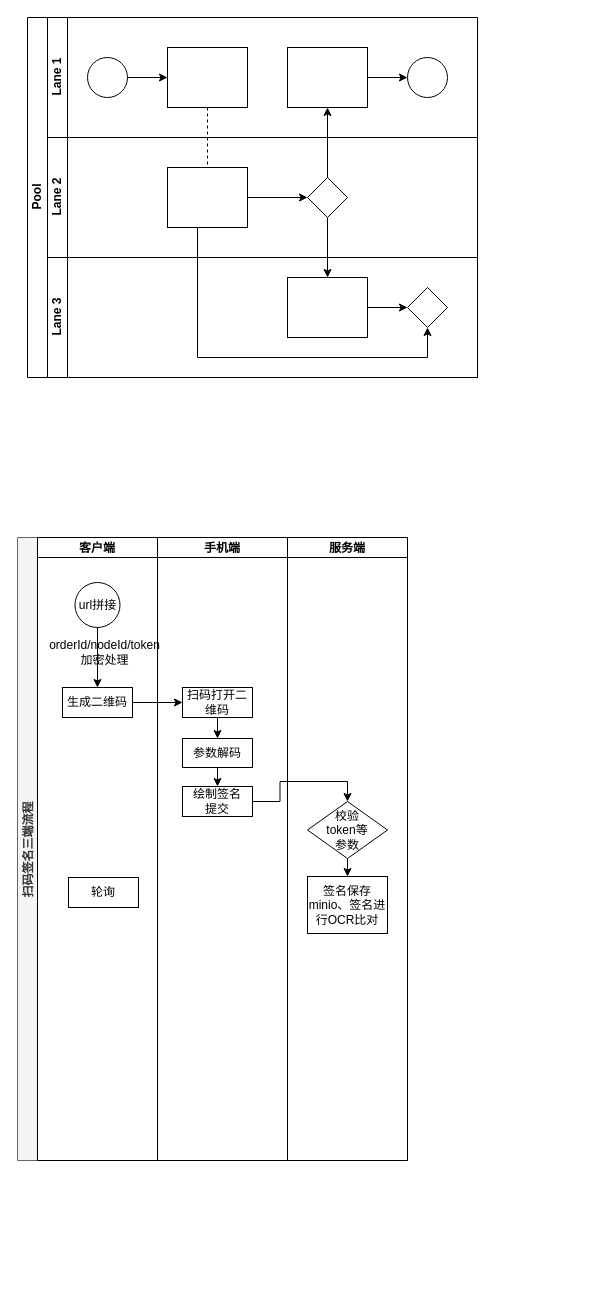
hhxEmily521/pictures keeps this draw.io diagram as imgs/未命名绘图.drawio. Above is the earlier version. Source tidied: cells renumbered, new cells numbered last; positions are measured from the earlier drawing's top-left corner, leaving out a move shared by most shapes. Both pictures are drawn from the tidied source at 100%, with x=0, y=0 at pixel (17, 17).
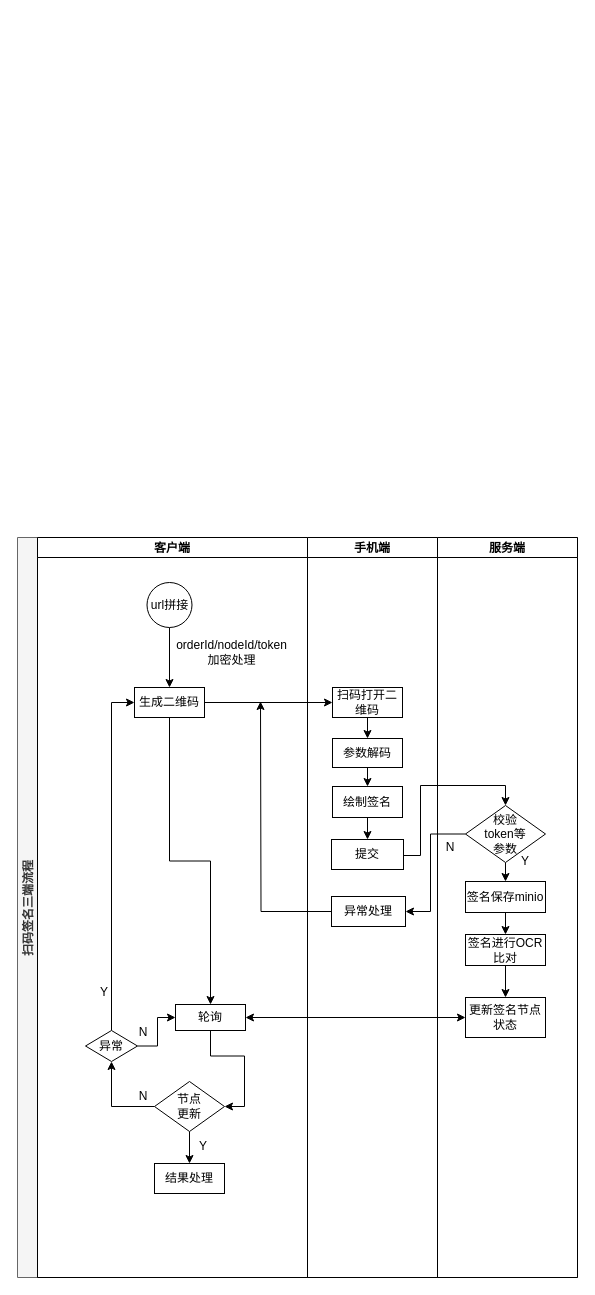
The same diagram, later.

Commit message:
更新未命名绘图.drawio

What changed in the source:
```diff
@@
-    <mxCell id="2" value="Pool" style="swimlane;html=1;horizontal=0;startSize=20;" parent="1" vertex="1">
-      <mxGeometry x="10" width="450" height="360" as="geometry" />
-    </mxCell>
-    <mxCell id="3" style="edgeStyle=orthogonalEdgeStyle;rounded=0;jettySize=auto;html=1;dashed=1;endArrow=none;endFill=0;" parent="2" edge="1" source="10" target="16">
-      <mxGeometry relative="1" as="geometry" />
-    </mxCell>
-    <mxCell id="4" style="edgeStyle=orthogonalEdgeStyle;rounded=0;jettySize=auto;html=1;endArrow=classic;endFill=1;" parent="2" edge="1" source="17" target="12">
-      <mxGeometry relative="1" as="geometry" />
-    </mxCell>
-    <mxCell id="5" style="edgeStyle=orthogonalEdgeStyle;rounded=0;jettySize=auto;html=1;endArrow=classic;endFill=1;" parent="2" edge="1" source="17" target="20">
-      <mxGeometry relative="1" as="geometry" />
-    </mxCell>
-    <mxCell id="6" style="edgeStyle=orthogonalEdgeStyle;rounded=0;jettySize=auto;html=1;endArrow=classic;endFill=1;" parent="2" edge="1" source="16" target="21">
-      <mxGeometry relative="1" as="geometry">
-        <Array as="points">
-          <mxPoint x="170" y="340" />
-          <mxPoint x="400" y="340" />
-        </Array>
-      </mxGeometry>
-    </mxCell>
-    <mxCell id="7" value="Lane 1" style="swimlane;html=1;startSize=20;horizontal=0;" parent="2" vertex="1">
-      <mxGeometry x="20" width="430" height="120" as="geometry" />
-    </mxCell>
-    <mxCell id="8" style="edgeStyle=orthogonalEdgeStyle;rounded=0;jettySize=auto;html=1;" parent="7" edge="1" source="9" target="10">
-      <mxGeometry relative="1" as="geometry" />
-    </mxCell>
-    <mxCell id="9" style="ellipse;whiteSpace=wrap;html=1;" parent="7" vertex="1">
-      <mxGeometry x="40" y="40" width="40" height="40" as="geometry" />
-    </mxCell>
-    <mxCell id="10" style="rounded=0;whiteSpace=wrap;html=1;fontFamily=Helvetica;fontSize=12;fontColor=#000000;align=center;" parent="7" vertex="1">
-      <mxGeometry x="120" y="30" width="80" height="60" as="geometry" />
-    </mxCell>
-    <mxCell id="11" style="edgeStyle=orthogonalEdgeStyle;rounded=0;jettySize=auto;html=1;endArrow=classic;endFill=1;" parent="7" edge="1" source="12" target="13">
-      <mxGeometry relative="1" as="geometry" />
-    </mxCell>
-    <mxCell id="12" style="rounded=0;whiteSpace=wrap;html=1;fontFamily=Helvetica;fontSize=12;fontColor=#000000;align=center;" parent="7" vertex="1">
-      <mxGeometry x="240" y="30" width="80" height="60" as="geometry" />
-    </mxCell>
-    <mxCell id="13" style="ellipse;whiteSpace=wrap;html=1;" parent="7" vertex="1">
-      <mxGeometry x="360" y="40" width="40" height="40" as="geometry" />
-    </mxCell>
-    <mxCell id="14" value="Lane 2" style="swimlane;html=1;startSize=20;horizontal=0;" parent="2" vertex="1">
-      <mxGeometry x="20" y="120" width="430" height="120" as="geometry" />
-    </mxCell>
-    <mxCell id="15" style="edgeStyle=orthogonalEdgeStyle;rounded=0;jettySize=auto;html=1;endArrow=classic;endFill=1;" parent="14" edge="1" source="16" target="17">
-      <mxGeometry relative="1" as="geometry" />
-    </mxCell>
-    <mxCell id="16" style="rounded=0;whiteSpace=wrap;html=1;fontFamily=Helvetica;fontSize=12;fontColor=#000000;align=center;" parent="14" vertex="1">
-      <mxGeometry x="120" y="30" width="80" height="60" as="geometry" />
-    </mxCell>
-    <mxCell id="17" style="rhombus;whiteSpace=wrap;html=1;fontFamily=Helvetica;fontSize=12;fontColor=#000000;align=center;" parent="14" vertex="1">
-      <mxGeometry x="260" y="40" width="40" height="40" as="geometry" />
-    </mxCell>
-    <mxCell id="18" value="Lane 3" style="swimlane;html=1;startSize=20;horizontal=0;" parent="2" vertex="1">
-      <mxGeometry x="20" y="240" width="430" height="120" as="geometry" />
-    </mxCell>
-    <mxCell id="19" style="edgeStyle=orthogonalEdgeStyle;rounded=0;jettySize=auto;html=1;endArrow=classic;endFill=1;" parent="18" edge="1" source="20" target="21">
-      <mxGeometry relative="1" as="geometry" />
-    </mxCell>
-    <mxCell id="20" style="rounded=0;whiteSpace=wrap;html=1;fontFamily=Helvetica;fontSize=12;fontColor=#000000;align=center;" parent="18" vertex="1">
-      <mxGeometry x="240" y="20" width="80" height="60" as="geometry" />
-    </mxCell>
-    <mxCell id="21" style="rhombus;whiteSpace=wrap;html=1;fontFamily=Helvetica;fontSize=12;fontColor=#000000;align=center;" parent="18" vertex="1">
-      <mxGeometry x="360" y="30" width="40" height="40" as="geometry" />
-    </mxCell>
     <mxCell id="22" value="扫码签名三端流程" style="swimlane;startSize=20;horizontal=0;fillColor=#f5f5f5;fontColor=#333333;strokeColor=#666666;" parent="1" vertex="1">
-      <mxGeometry y="520" width="390" height="623" as="geometry" />
+      <mxGeometry y="520" width="560" height="740" as="geometry" />
     </mxCell>
     <mxCell id="23" value="客户端" style="swimlane;startSize=20;" parent="22" vertex="1">
-      <mxGeometry x="20" width="120" height="623" as="geometry" />
+      <mxGeometry x="20" width="270" height="740" as="geometry" />
     </mxCell>
@@
     <mxCell id="25" value="url拼接" style="ellipse;whiteSpace=wrap;html=1;" parent="23" vertex="1">
-      <mxGeometry x="37.5" y="45" width="45" height="45" as="geometry" />
+      <mxGeometry x="109.5" y="45" width="45" height="45" as="geometry" />
     </mxCell>
+    <mxCell id="43" style="edgeStyle=orthogonalEdgeStyle;rounded=0;jettySize=auto;html=1;exitX=0.5;exitY=1;exitDx=0;exitDy=0;" parent="23" edge="1" source="26" target="28">
+      <mxGeometry relative="1" as="geometry" />
+    </mxCell>
     <mxCell id="26" value="生成二维码" style="rounded=0;whiteSpace=wrap;html=1;fontFamily=Helvetica;fontSize=12;fontColor=#000000;align=center;" parent="23" vertex="1">
-      <mxGeometry x="25" y="150" width="70" height="30" as="geometry" />
+      <mxGeometry x="97" y="150" width="70" height="30" as="geometry" />
     </mxCell>
     <mxCell id="27" value="orderId/nodeId/token&lt;br&gt;加密处理" style="text;html=1;align=center;verticalAlign=middle;whiteSpace=wrap;rounded=0;opacity=0;fillStyle=solid;" parent="23" vertex="1">
-      <mxGeometry x="40" y="100" width="55" height="30" as="geometry" />
+      <mxGeometry x="167" y="100" width="55" height="30" as="geometry" />
     </mxCell>
+    <mxCell id="44" style="edgeStyle=orthogonalEdgeStyle;rounded=0;jettySize=auto;html=1;exitX=0.5;exitY=1;exitDx=0;exitDy=0;entryX=1;entryY=0.5;entryDx=0;entryDy=0;" parent="23" edge="1" source="28" target="47">
+      <mxGeometry relative="1" as="geometry" />
+    </mxCell>
     <mxCell id="28" value="轮询" style="rounded=0;whiteSpace=wrap;html=1;fontFamily=Helvetica;fontSize=12;fontColor=#000000;align=center;" parent="23" vertex="1">
-      <mxGeometry x="31" y="340" width="70" height="30" as="geometry" />
+      <mxGeometry x="138" y="467" width="70" height="26" as="geometry" />
     </mxCell>
+    <mxCell id="45" style="edgeStyle=orthogonalEdgeStyle;rounded=0;jettySize=auto;html=1;exitX=0.5;exitY=1;exitDx=0;exitDy=0;entryX=0.5;entryY=0;entryDx=0;entryDy=0;" parent="23" edge="1" source="47" target="48">
+      <mxGeometry relative="1" as="geometry" />
+    </mxCell>
+    <mxCell id="46" style="edgeStyle=orthogonalEdgeStyle;rounded=0;jettySize=auto;html=1;entryX=0.5;entryY=1;entryDx=0;entryDy=0;" parent="23" edge="1" source="47" target="52">
+      <mxGeometry relative="1" as="geometry" />
+    </mxCell>
+    <mxCell id="47" value="节点&lt;br&gt;更新" style="rhombus;whiteSpace=wrap;html=1;fontFamily=Helvetica;fontSize=12;fontColor=#000000;align=center;" parent="23" vertex="1">
+      <mxGeometry x="117" y="544" width="70" height="50" as="geometry" />
+    </mxCell>
+    <mxCell id="48" value="结果处理" style="rounded=0;whiteSpace=wrap;html=1;fontFamily=Helvetica;fontSize=12;fontColor=#000000;align=center;" parent="23" vertex="1">
+      <mxGeometry x="117" y="626" width="70" height="30" as="geometry" />
+    </mxCell>
+    <mxCell id="49" value="Y" style="text;html=1;strokeColor=none;fillColor=none;align=center;verticalAlign=middle;whiteSpace=wrap;rounded=0;fillStyle=solid;strokeWidth=1;opacity=0;" parent="23" vertex="1">
+      <mxGeometry x="136" y="594" width="60" height="30" as="geometry" />
+    </mxCell>
+    <mxCell id="50" style="edgeStyle=orthogonalEdgeStyle;rounded=0;jettySize=auto;html=1;entryX=0;entryY=0.5;entryDx=0;entryDy=0;" parent="23" edge="1" source="52" target="28">
+      <mxGeometry relative="1" as="geometry">
+        <Array as="points">
+          <mxPoint x="120" y="509" />
+          <mxPoint x="120" y="480" />
+          <mxPoint x="138" y="480" />
+        </Array>
+      </mxGeometry>
+    </mxCell>
+    <mxCell id="51" style="edgeStyle=orthogonalEdgeStyle;rounded=0;jettySize=auto;html=1;entryX=0;entryY=0.5;entryDx=0;entryDy=0;" parent="23" edge="1" source="52" target="26">
+      <mxGeometry relative="1" as="geometry" />
+    </mxCell>
+    <mxCell id="52" value="异常" style="rhombus;whiteSpace=wrap;html=1;fontFamily=Helvetica;fontSize=12;fontColor=#000000;align=center;" parent="23" vertex="1">
+      <mxGeometry x="48" y="493" width="52" height="31" as="geometry" />
+    </mxCell>
+    <mxCell id="53" value="Y" style="text;html=1;strokeColor=none;fillColor=none;align=center;verticalAlign=middle;whiteSpace=wrap;rounded=0;fillStyle=solid;strokeWidth=1;opacity=0;" parent="23" vertex="1">
+      <mxGeometry x="37" y="440" width="60" height="30" as="geometry" />
+    </mxCell>
+    <mxCell id="54" value="N" style="text;html=1;strokeColor=none;fillColor=none;align=center;verticalAlign=middle;whiteSpace=wrap;rounded=0;fillStyle=solid;strokeWidth=1;opacity=0;" parent="23" vertex="1">
+      <mxGeometry x="76" y="544" width="60" height="30" as="geometry" />
+    </mxCell>
+    <mxCell id="55" value="N" style="text;html=1;strokeColor=none;fillColor=none;align=center;verticalAlign=middle;whiteSpace=wrap;rounded=0;fillStyle=solid;strokeWidth=1;opacity=0;" parent="23" vertex="1">
+      <mxGeometry x="76" y="480" width="60" height="30" as="geometry" />
+    </mxCell>
     <mxCell id="29" value="手机端" style="swimlane;startSize=20;" parent="22" vertex="1">
-      <mxGeometry x="140" width="130" height="623" as="geometry" />
+      <mxGeometry x="290" width="130" height="740" as="geometry" />
     </mxCell>
@@
+    <mxCell id="56" style="edgeStyle=orthogonalEdgeStyle;rounded=0;jettySize=auto;html=1;exitX=0.5;exitY=1;exitDx=0;exitDy=0;entryX=0.5;entryY=0;entryDx=0;entryDy=0;" parent="29" edge="1" source="36" target="58">
+      <mxGeometry relative="1" as="geometry" />
+    </mxCell>
-    <mxCell id="36" value="绘制签名&lt;br&gt;提交" style="rounded=0;whiteSpace=wrap;html=1;fontFamily=Helvetica;fontSize=12;fontColor=#000000;align=center;" parent="29" vertex="1">
-      <mxGeometry x="25" y="249" width="70" height="30" as="geometry" />
+    <mxCell id="36" value="绘制签名" style="rounded=0;whiteSpace=wrap;html=1;fontFamily=Helvetica;fontSize=12;fontColor=#000000;align=center;" parent="29" vertex="1">
+      <mxGeometry x="25" y="249" width="70" height="31" as="geometry" />
     </mxCell>
+    <mxCell id="57" value="异常处理" style="rounded=0;whiteSpace=wrap;html=1;fontFamily=Helvetica;fontSize=12;fontColor=#000000;align=center;" parent="29" vertex="1">
+      <mxGeometry x="24" y="359" width="74" height="30" as="geometry" />
+    </mxCell>
+    <mxCell id="58" value="提交" style="rounded=0;whiteSpace=wrap;html=1;fontFamily=Helvetica;fontSize=12;fontColor=#000000;align=center;" parent="29" vertex="1">
+      <mxGeometry x="24" y="302" width="72" height="30" as="geometry" />
+    </mxCell>
     <mxCell id="37" value="服务端" style="swimlane;startSize=20;" parent="22" vertex="1">
-      <mxGeometry x="270" width="120" height="623" as="geometry" />
+      <mxGeometry x="420" width="140" height="740" as="geometry" />
     </mxCell>
@@
     <mxCell id="39" value="校验&lt;br&gt;token等&lt;br&gt;参数" style="rhombus;whiteSpace=wrap;html=1;fontFamily=Helvetica;fontSize=12;fontColor=#000000;align=center;" parent="37" vertex="1">
-      <mxGeometry x="20" y="264" width="80" height="57" as="geometry" />
+      <mxGeometry x="28" y="268" width="80" height="57" as="geometry" />
     </mxCell>
+    <mxCell id="59" style="edgeStyle=orthogonalEdgeStyle;rounded=0;jettySize=auto;html=1;" parent="37" edge="1" source="40" target="64">
+      <mxGeometry relative="1" as="geometry" />
+    </mxCell>
-    <mxCell id="40" value="签名保存minio、签名进行OCR比对" style="rounded=0;whiteSpace=wrap;html=1;fontFamily=Helvetica;fontSize=12;fontColor=#000000;align=center;" parent="37" vertex="1">
-      <mxGeometry x="20" y="339" width="80" height="57" as="geometry" />
+    <mxCell id="40" value="签名保存minio" style="rounded=0;whiteSpace=wrap;html=1;fontFamily=Helvetica;fontSize=12;fontColor=#000000;align=center;" parent="37" vertex="1">
+      <mxGeometry x="28" y="344" width="80" height="31" as="geometry" />
     </mxCell>
+    <mxCell id="60" value="更新签名节点状态" style="rounded=0;whiteSpace=wrap;html=1;fontFamily=Helvetica;fontSize=12;fontColor=#000000;align=center;" parent="37" vertex="1">
+      <mxGeometry x="28" y="460" width="80" height="40" as="geometry" />
+    </mxCell>
+    <mxCell id="61" value="Y" style="text;html=1;strokeColor=none;fillColor=none;align=center;verticalAlign=middle;whiteSpace=wrap;rounded=0;fillStyle=solid;strokeWidth=1;opacity=0;" parent="37" vertex="1">
+      <mxGeometry x="58" y="309" width="60" height="30" as="geometry" />
+    </mxCell>
+    <mxCell id="62" value="N" style="text;html=1;strokeColor=none;fillColor=none;align=center;verticalAlign=middle;whiteSpace=wrap;rounded=0;fillStyle=solid;strokeWidth=1;opacity=0;" parent="37" vertex="1">
+      <mxGeometry x="-17" y="295" width="60" height="30" as="geometry" />
+    </mxCell>
+    <mxCell id="63" style="edgeStyle=orthogonalEdgeStyle;rounded=0;jettySize=auto;html=1;" parent="37" edge="1" source="64" target="60">
+      <mxGeometry relative="1" as="geometry" />
+    </mxCell>
+    <mxCell id="64" value="签名进行OCR比对" style="rounded=0;whiteSpace=wrap;html=1;fontFamily=Helvetica;fontSize=12;fontColor=#000000;align=center;" parent="37" vertex="1">
+      <mxGeometry x="28" y="397" width="80" height="31" as="geometry" />
+    </mxCell>
@@
-    <mxCell id="42" style="edgeStyle=orthogonalEdgeStyle;rounded=0;jettySize=auto;html=1;exitX=1;exitY=0.5;exitDx=0;exitDy=0;entryX=0.5;entryY=0;entryDx=0;entryDy=0;" parent="22" edge="1" source="36" target="39">
-      <mxGeometry relative="1" as="geometry" />
-    </mxCell>
+    <mxCell id="65" style="endArrow=classic;startArrow=classic;html=1;rounded=0;exitX=1;exitY=0.5;exitDx=0;exitDy=0;entryX=0;entryY=0.5;entryDx=0;entryDy=0;" parent="22" edge="1" source="28" target="60">
+      <mxGeometry relative="1" as="geometry" />
+    </mxCell>
+    <mxCell id="66" style="edgeStyle=orthogonalEdgeStyle;rounded=0;jettySize=auto;html=1;entryX=0.5;entryY=0;entryDx=0;entryDy=0;" parent="22" edge="1" source="58" target="39">
+      <mxGeometry relative="1" as="geometry">
+        <Array as="points">
+          <mxPoint x="403" y="318" />
+          <mxPoint x="403" y="248" />
+          <mxPoint x="488" y="248" />
+        </Array>
+      </mxGeometry>
+    </mxCell>
+    <mxCell id="67" style="edgeStyle=orthogonalEdgeStyle;rounded=0;jettySize=auto;html=1;entryX=1;entryY=0.5;entryDx=0;entryDy=0;" parent="22" edge="1" source="39" target="57">
+      <mxGeometry relative="1" as="geometry">
+        <Array as="points">
+          <mxPoint x="413" y="297" />
+          <mxPoint x="413" y="374" />
+        </Array>
+      </mxGeometry>
+    </mxCell>
+    <mxCell id="68" style="edgeStyle=orthogonalEdgeStyle;rounded=0;jettySize=auto;html=1;" parent="1" edge="1" source="57">
+      <mxGeometry relative="1" as="geometry">
+        <mxPoint x="243" y="684" as="targetPoint" />
+      </mxGeometry>
+    </mxCell>
```
